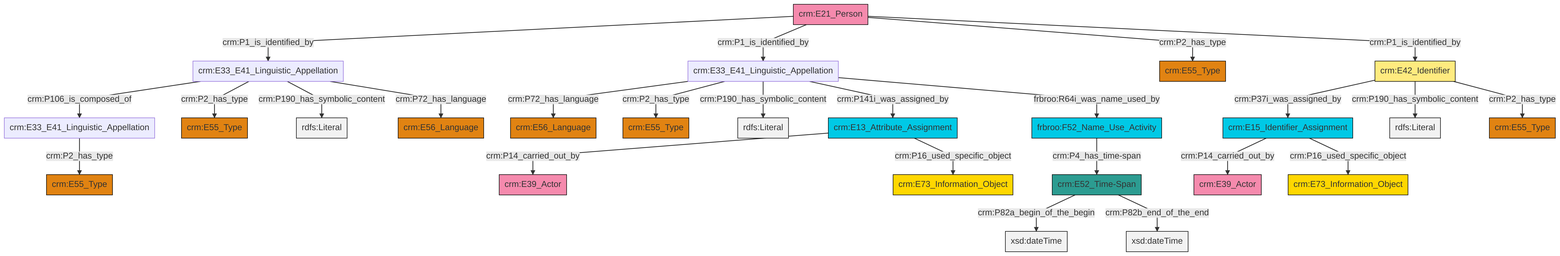
Before: et/personCSV/ttl/mmd/png/Person_Names_and_Classification.png, a diagram exported from Mermaid (swiss-art-research-net/reference-data-models). Its source is kept beside it as et/personCSV/ttl/mmd/Person_Names_and_Classification.ttl.mmd.
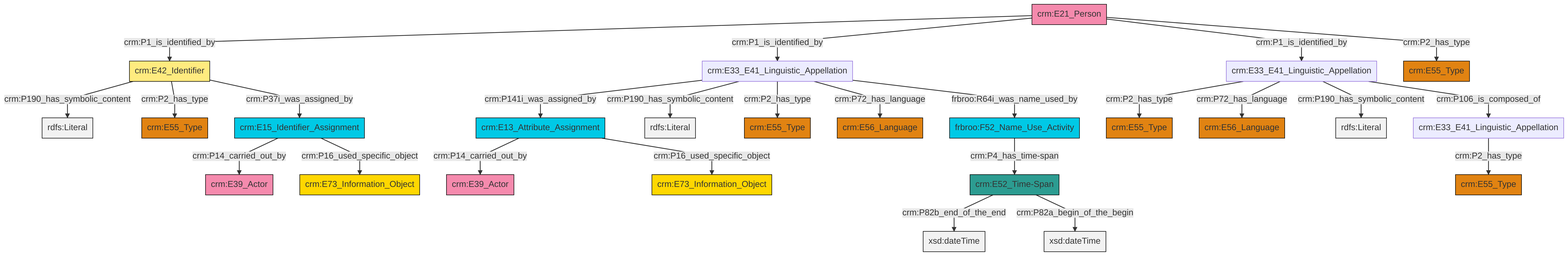
After the commit.

What changed in the source:
```diff
@@ -13,27 +13,27 @@
 classDef PC_Classes fill:#4ce600, stroke:#000000;
 classDef Multi fill:#cccccc,stroke:#000000;
 
-0["crm:E21_Person"]:::Actor -->|crm:P1_is_identified_by| 1["crm:E33_E41_Linguistic_Appellation"]:::Default
-2["crm:E13_Attribute_Assignment"]:::Temporal_Entity -->|crm:P14_carried_out_by| 3["crm:E39_Actor"]:::Actor
-4["crm:E15_Identifier_Assignment"]:::Temporal_Entity -->|crm:P14_carried_out_by| 5["crm:E39_Actor"]:::Actor
-8["frbroo:F52_Name_Use_Activity"]:::Temporal_Entity -->|crm:P4_has_time-span| 9["crm:E52_Time-Span"]:::Time-Span
-9["crm:E52_Time-Span"]:::Time-Span -->|crm:P82a_begin_of_the_begin| 10[xsd:dateTime]:::Literal
-0["crm:E21_Person"]:::Actor -->|crm:P1_is_identified_by| 11["crm:E33_E41_Linguistic_Appellation"]:::Default
-11["crm:E33_E41_Linguistic_Appellation"]:::Default -->|crm:P72_has_language| 12["crm:E56_Language"]:::Type
-1["crm:E33_E41_Linguistic_Appellation"]:::Default -->|crm:P106_is_composed_of| 15["crm:E33_E41_Linguistic_Appellation"]:::Default
-11["crm:E33_E41_Linguistic_Appellation"]:::Default -->|crm:P2_has_type| 17["crm:E55_Type"]:::Type
-4["crm:E15_Identifier_Assignment"]:::Temporal_Entity -->|crm:P16_used_specific_object| 22["crm:E73_Information_Object"]:::Conceptual_Object
-2["crm:E13_Attribute_Assignment"]:::Temporal_Entity -->|crm:P16_used_specific_object| 23["crm:E73_Information_Object"]:::Conceptual_Object
-11["crm:E33_E41_Linguistic_Appellation"]:::Default -->|crm:P190_has_symbolic_content| 24[rdfs:Literal]:::Literal
-28["crm:E42_Identifier"]:::Appellation -->|crm:P37i_was_assigned_by| 4["crm:E15_Identifier_Assignment"]:::Temporal_Entity
-11["crm:E33_E41_Linguistic_Appellation"]:::Default -->|crm:P141i_was_assigned_by| 2["crm:E13_Attribute_Assignment"]:::Temporal_Entity
-9["crm:E52_Time-Span"]:::Time-Span -->|crm:P82b_end_of_the_end| 30[xsd:dateTime]:::Literal
-1["crm:E33_E41_Linguistic_Appellation"]:::Default -->|crm:P2_has_type| 13["crm:E55_Type"]:::Type
-11["crm:E33_E41_Linguistic_Appellation"]:::Default -->|frbroo:R64i_was_name_used_by| 8["frbroo:F52_Name_Use_Activity"]:::Temporal_Entity
-1["crm:E33_E41_Linguistic_Appellation"]:::Default -->|crm:P190_has_symbolic_content| 35[rdfs:Literal]:::Literal
-28["crm:E42_Identifier"]:::Appellation -->|crm:P190_has_symbolic_content| 37[rdfs:Literal]:::Literal
-0["crm:E21_Person"]:::Actor -->|crm:P2_has_type| 38["crm:E55_Type"]:::Type
-1["crm:E33_E41_Linguistic_Appellation"]:::Default -->|crm:P72_has_language| 6["crm:E56_Language"]:::Type
-15["crm:E33_E41_Linguistic_Appellation"]:::Default -->|crm:P2_has_type| 18["crm:E55_Type"]:::Type
-28["crm:E42_Identifier"]:::Appellation -->|crm:P2_has_type| 32["crm:E55_Type"]:::Type
-0["crm:E21_Person"]:::Actor -->|crm:P1_is_identified_by| 28["crm:E42_Identifier"]:::Appellation
+0["crm:E33_E41_Linguistic_Appellation"]:::Default -->|crm:P141i_was_assigned_by| 1["crm:E13_Attribute_Assignment"]:::Temporal_Entity
+4["crm:E21_Person"]:::Actor -->|crm:P1_is_identified_by| 5["crm:E42_Identifier"]:::Appellation
+15["crm:E15_Identifier_Assignment"]:::Temporal_Entity -->|crm:P14_carried_out_by| 17["crm:E39_Actor"]:::Actor
+15["crm:E15_Identifier_Assignment"]:::Temporal_Entity -->|crm:P16_used_specific_object| 9["crm:E73_Information_Object"]:::Conceptual_Object
+0["crm:E33_E41_Linguistic_Appellation"]:::Default -->|crm:P190_has_symbolic_content| 18[rdfs:Literal]:::Literal
+4["crm:E21_Person"]:::Actor -->|crm:P1_is_identified_by| 0["crm:E33_E41_Linguistic_Appellation"]:::Default
+0["crm:E33_E41_Linguistic_Appellation"]:::Default -->|crm:P2_has_type| 22["crm:E55_Type"]:::Type
+23["crm:E33_E41_Linguistic_Appellation"]:::Default -->|crm:P2_has_type| 19["crm:E55_Type"]:::Type
+5["crm:E42_Identifier"]:::Appellation -->|crm:P190_has_symbolic_content| 30[rdfs:Literal]:::Literal
+4["crm:E21_Person"]:::Actor -->|crm:P1_is_identified_by| 23["crm:E33_E41_Linguistic_Appellation"]:::Default
+23["crm:E33_E41_Linguistic_Appellation"]:::Default -->|crm:P72_has_language| 24["crm:E56_Language"]:::Type
+0["crm:E33_E41_Linguistic_Appellation"]:::Default -->|crm:P72_has_language| 34["crm:E56_Language"]:::Type
+5["crm:E42_Identifier"]:::Appellation -->|crm:P2_has_type| 35["crm:E55_Type"]:::Type
+5["crm:E42_Identifier"]:::Appellation -->|crm:P37i_was_assigned_by| 15["crm:E15_Identifier_Assignment"]:::Temporal_Entity
+13["frbroo:F52_Name_Use_Activity"]:::Temporal_Entity -->|crm:P4_has_time-span| 11["crm:E52_Time-Span"]:::Time-Span
+0["crm:E33_E41_Linguistic_Appellation"]:::Default -->|frbroo:R64i_was_name_used_by| 13["frbroo:F52_Name_Use_Activity"]:::Temporal_Entity
+11["crm:E52_Time-Span"]:::Time-Span -->|crm:P82b_end_of_the_end| 39[xsd:dateTime]:::Literal
+1["crm:E13_Attribute_Assignment"]:::Temporal_Entity -->|crm:P14_carried_out_by| 26["crm:E39_Actor"]:::Actor
+4["crm:E21_Person"]:::Actor -->|crm:P2_has_type| 28["crm:E55_Type"]:::Type
+11["crm:E52_Time-Span"]:::Time-Span -->|crm:P82a_begin_of_the_begin| 40[xsd:dateTime]:::Literal
+1["crm:E13_Attribute_Assignment"]:::Temporal_Entity -->|crm:P16_used_specific_object| 2["crm:E73_Information_Object"]:::Conceptual_Object
+23["crm:E33_E41_Linguistic_Appellation"]:::Default -->|crm:P190_has_symbolic_content| 42[rdfs:Literal]:::Literal
+32["crm:E33_E41_Linguistic_Appellation"]:::Default -->|crm:P2_has_type| 6["crm:E55_Type"]:::Type
+23["crm:E33_E41_Linguistic_Appellation"]:::Default -->|crm:P106_is_composed_of| 32["crm:E33_E41_Linguistic_Appellation"]:::Default
```
